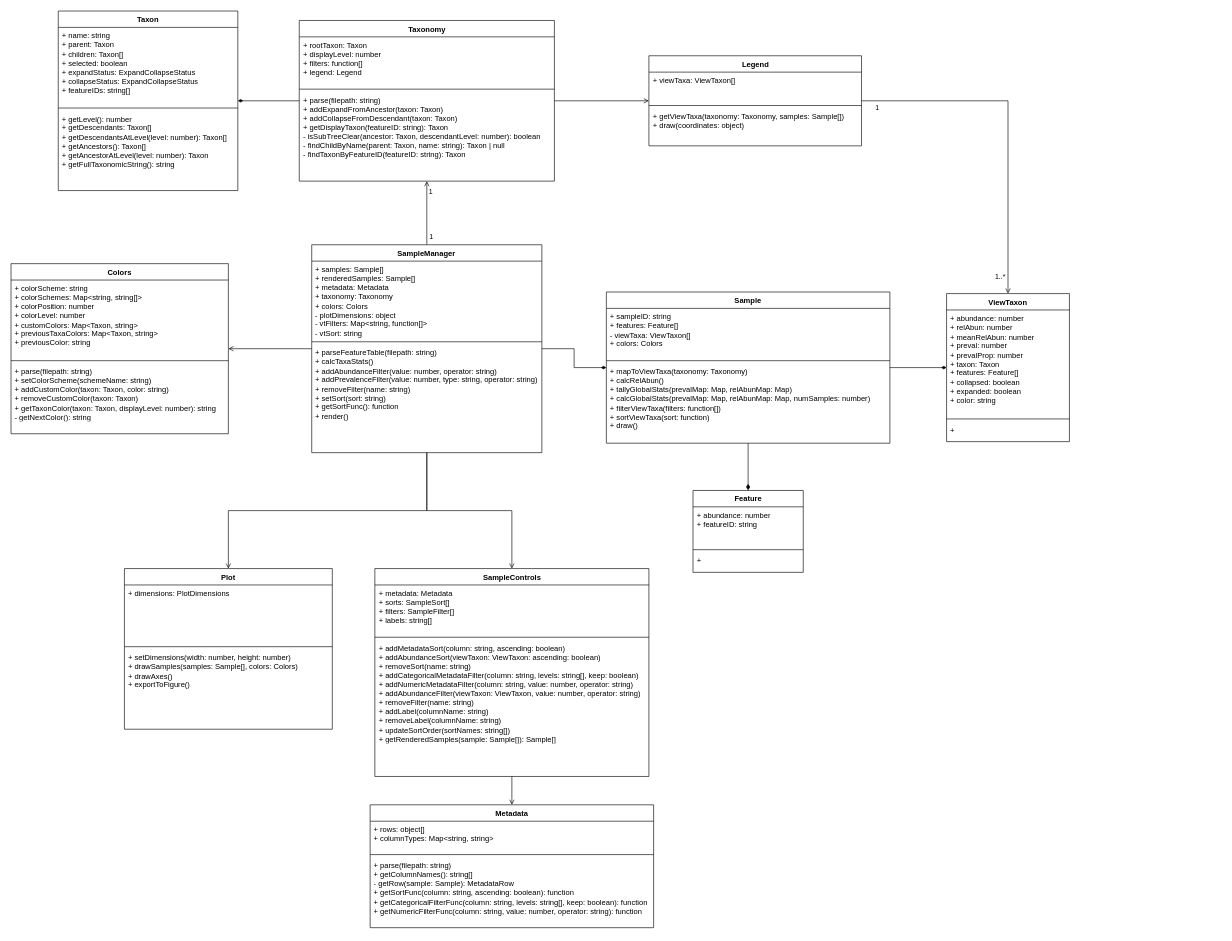
This is docs/TaxaBarplotClasses.drawio from colinvwood/taxa-barplot, a draw.io file, before an edit. Source tidied: cells renumbered, new cells numbered last; positions are measured from the earlier drawing's top-left corner, leaving out a move shared by most shapes. Both pictures are drawn from the tidied source at 63%, with x=0, y=0 at pixel (11, 11).
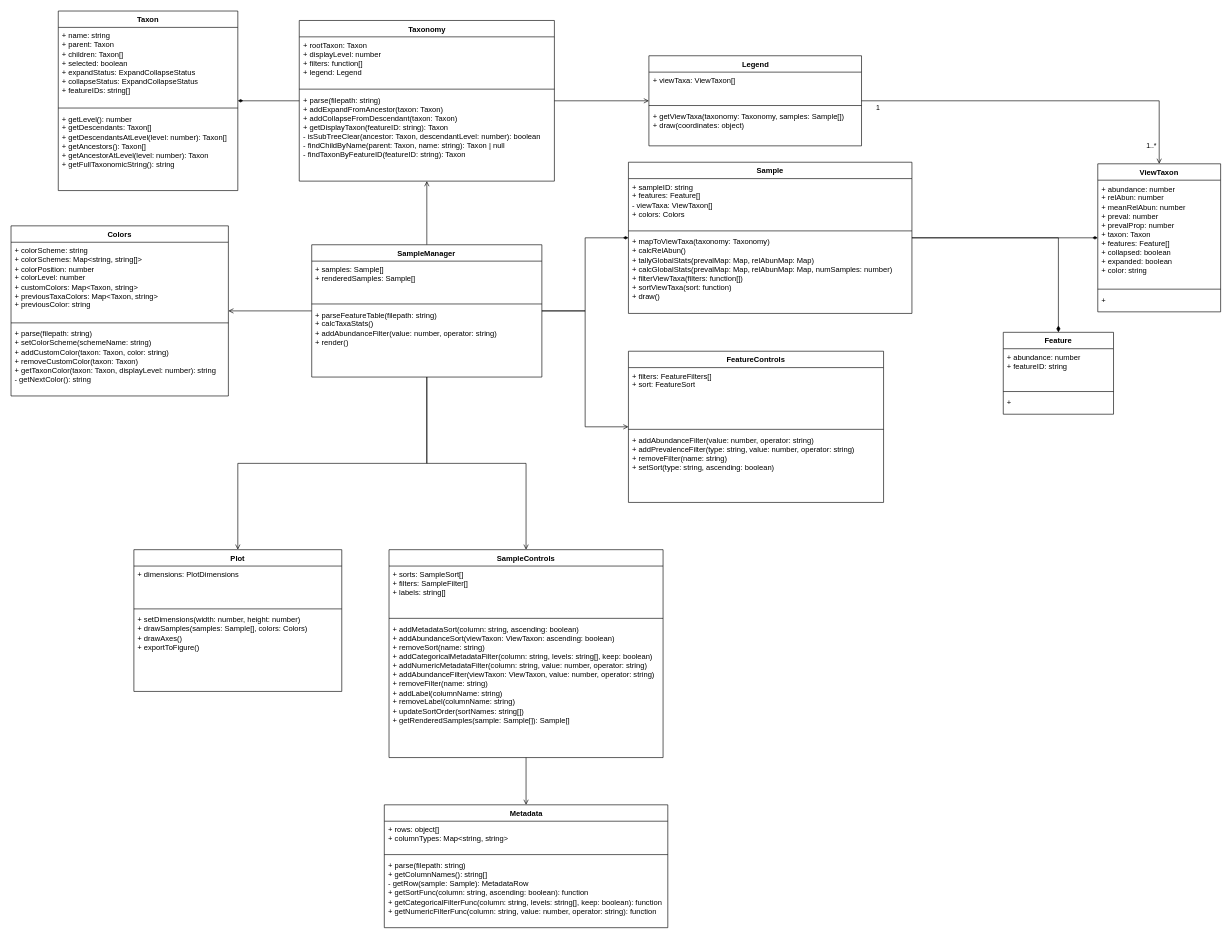
Above is the later version.

Commit message (it also covers changes not shown here):
factor out FeatureFilters

The change refers to these unchanged cells:
```xml
<mxCell id="9" style="edgeStyle=orthogonalEdgeStyle;rounded=0;jettySize=auto;html=1;endArrow=open;endFill=0;" parent="1" edge="1" source="15" target="4">
  <mxGeometry relative="1" as="geometry" />
</mxCell>
```

What changed in the source:
```diff
@@
-    <mxCell id="10" value="1" style="edgeLabel;html=1;align=center;verticalAlign=middle;" parent="9" vertex="1">
-      <mxGeometry x="0.8" y="1" relative="1" as="geometry">
-        <mxPoint x="6" y="6" as="offset" />
-      </mxGeometry>
-    </mxCell>
-    <mxCell id="11" value="1" style="edgeLabel;html=1;align=center;verticalAlign=middle;" parent="9" vertex="1">
-      <mxGeometry x="-0.87" y="1" relative="1" as="geometry">
-        <mxPoint x="7" y="-6" as="offset" />
-      </mxGeometry>
-    </mxCell>
@@
+    <mxCell id="61" style="edgeStyle=orthogonalEdgeStyle;rounded=0;jettySize=auto;html=1;endArrow=open;endFill=0;" parent="1" edge="1" source="15" target="62">
+      <mxGeometry relative="1" as="geometry" />
+    </mxCell>
     <mxCell id="15" value="SampleManager" style="swimlane;fontStyle=1;align=center;verticalAlign=top;horizontal=1;startSize=26;whiteSpace=wrap;html=1;" parent="1" vertex="1">
-      <mxGeometry x="477.3" y="371" width="365.3" height="330" as="geometry" />
+      <mxGeometry x="477.3" y="371" width="365.3" height="210" as="geometry" />
     </mxCell>
-    <mxCell id="16" value="&lt;div&gt;+ samples: Sample[]&lt;/div&gt;&lt;div&gt;+ renderedSamples: Sample[]&lt;/div&gt;&lt;div&gt;+ metadata: Metadata&lt;/div&gt;&lt;div&gt;+ taxonomy: Taxonomy&lt;/div&gt;&lt;div&gt;+ colors: Colors&lt;/div&gt;&lt;div&gt;- plotDimensions: object&lt;/div&gt;- vtFilters: Map&amp;lt;string, function[]&amp;gt;&lt;div&gt;- vtSort: string&lt;br&gt;&lt;div&gt;&lt;br&gt;&lt;/div&gt;&lt;/div&gt;" style="text;strokeColor=none;fillColor=none;align=left;verticalAlign=top;spacingLeft=4;spacingRight=4;overflow=hidden;whiteSpace=wrap;html=1;" parent="15" vertex="1">
-      <mxGeometry y="26" width="365.3" height="124" as="geometry" />
+    <mxCell id="16" value="&lt;div&gt;+ samples: Sample[]&lt;/div&gt;&lt;div&gt;+ renderedSamples: Sample[]&lt;/div&gt;&lt;div&gt;&lt;div&gt;&lt;br&gt;&lt;/div&gt;&lt;/div&gt;" style="text;strokeColor=none;fillColor=none;align=left;verticalAlign=top;spacingLeft=4;spacingRight=4;overflow=hidden;whiteSpace=wrap;html=1;" parent="15" vertex="1">
+      <mxGeometry y="26" width="365.3" height="64" as="geometry" />
     </mxCell>
     <mxCell id="17" style="line;strokeWidth=1;fillColor=none;align=left;verticalAlign=middle;spacingTop=-1;spacingLeft=3;spacingRight=3;labelPosition=right;strokeColor=inherit;" parent="15" vertex="1">
-      <mxGeometry y="150" width="365.3" height="8" as="geometry" />
+      <mxGeometry y="90" width="365.3" height="8" as="geometry" />
     </mxCell>
-    <mxCell id="18" value="&lt;div&gt;+ parseFeatureTable(filepath: string)&lt;/div&gt;&lt;div&gt;+ calcTaxaStats()&lt;/div&gt;&lt;div&gt;+ addAbundanceFilter(value: number, operator: string)&lt;/div&gt;&lt;div&gt;+ addPrevalenceFilter(value: number, type: string, operator: string)&lt;/div&gt;&lt;div&gt;+ removeFilter(name: string)&lt;/div&gt;&lt;div&gt;+ setSort(sort: string)&lt;/div&gt;&lt;div&gt;+ getSortFunc(): function&lt;/div&gt;&lt;div&gt;+ render()&lt;/div&gt;&lt;div&gt;&lt;div&gt;&lt;br&gt;&lt;/div&gt;&lt;/div&gt;" style="text;strokeColor=none;fillColor=none;align=left;verticalAlign=top;spacingLeft=4;spacingRight=4;overflow=hidden;whiteSpace=wrap;html=1;" parent="15" vertex="1">
-      <mxGeometry y="158" width="365.3" height="172" as="geometry" />
+    <mxCell id="18" value="&lt;div&gt;+ parseFeatureTable(filepath: string)&lt;/div&gt;&lt;div&gt;+ calcTaxaStats()&lt;/div&gt;&lt;div&gt;+ addAbundanceFilter(value: number, operator: string)&lt;/div&gt;&lt;div&gt;+ render()&lt;/div&gt;&lt;div&gt;&lt;div&gt;&lt;br&gt;&lt;/div&gt;&lt;/div&gt;" style="text;strokeColor=none;fillColor=none;align=left;verticalAlign=top;spacingLeft=4;spacingRight=4;overflow=hidden;whiteSpace=wrap;html=1;" parent="15" vertex="1">
+      <mxGeometry y="98" width="365.3" height="112" as="geometry" />
     </mxCell>
@@
     <mxCell id="21" value="Sample" style="swimlane;fontStyle=1;align=center;verticalAlign=top;horizontal=1;startSize=26;whiteSpace=wrap;html=1;" parent="1" vertex="1">
-      <mxGeometry x="945" y="446" width="450" height="240" as="geometry" />
+      <mxGeometry x="980" y="240" width="450" height="240" as="geometry" />
     </mxCell>
@@
     <mxCell id="25" value="Feature" style="swimlane;fontStyle=1;align=center;verticalAlign=top;horizontal=1;startSize=26;whiteSpace=wrap;html=1;" parent="1" vertex="1">
-      <mxGeometry x="1082.5" y="761" width="175" height="130" as="geometry" />
+      <mxGeometry x="1575" y="510" width="175" height="130" as="geometry" />
     </mxCell>
@@
     <mxCell id="29" value="ViewTaxon" style="swimlane;fontStyle=1;align=center;verticalAlign=top;horizontal=1;startSize=26;whiteSpace=wrap;html=1;" parent="1" vertex="1">
-      <mxGeometry x="1485" y="448.5" width="195" height="235" as="geometry" />
+      <mxGeometry x="1725" y="242.5" width="195" height="235" as="geometry" />
     </mxCell>
@@
     <mxCell id="33" value="Metadata" style="swimlane;fontStyle=1;align=center;verticalAlign=top;horizontal=1;startSize=26;whiteSpace=wrap;html=1;" parent="1" vertex="1">
-      <mxGeometry x="570" y="1260" width="450" height="195" as="geometry" />
+      <mxGeometry x="592.5" y="1260" width="450" height="195" as="geometry" />
     </mxCell>
@@
     <mxCell id="44" value="Colors" style="swimlane;fontStyle=1;align=center;verticalAlign=top;horizontal=1;startSize=26;whiteSpace=wrap;html=1;" parent="1" vertex="1">
-      <mxGeometry y="401" width="345" height="270" as="geometry" />
+      <mxGeometry y="341" width="345" height="270" as="geometry" />
     </mxCell>
@@
     <mxCell id="53" value="SampleControls" style="swimlane;fontStyle=1;align=center;verticalAlign=top;horizontal=1;startSize=26;whiteSpace=wrap;html=1;" parent="1" vertex="1">
-      <mxGeometry x="577.5" y="885" width="435" height="330" as="geometry" />
+      <mxGeometry x="600" y="855" width="435" height="330" as="geometry" />
     </mxCell>
-    <mxCell id="54" value="+ metadata: Metadata&lt;div&gt;+ sorts: SampleSort[]&lt;/div&gt;&lt;div&gt;+ filters: SampleFilter[]&lt;/div&gt;&lt;div&gt;&lt;span style=&quot;background-color: transparent; color: light-dark(rgb(0, 0, 0), rgb(255, 255, 255));&quot;&gt;+ labels: string[]&lt;/span&gt;&lt;/div&gt;" style="text;strokeColor=none;fillColor=none;align=left;verticalAlign=top;spacingLeft=4;spacingRight=4;overflow=hidden;whiteSpace=wrap;html=1;" parent="53" vertex="1">
+    <mxCell id="54" value="&lt;div&gt;+ sorts: SampleSort[]&lt;/div&gt;&lt;div&gt;+ filters: SampleFilter[]&lt;/div&gt;&lt;div&gt;&lt;span style=&quot;background-color: transparent; color: light-dark(rgb(0, 0, 0), rgb(255, 255, 255));&quot;&gt;+ labels: string[]&lt;/span&gt;&lt;/div&gt;" style="text;strokeColor=none;fillColor=none;align=left;verticalAlign=top;spacingLeft=4;spacingRight=4;overflow=hidden;whiteSpace=wrap;html=1;" parent="53" vertex="1">
       <mxGeometry y="26" width="435" height="79" as="geometry" />
     </mxCell>
@@
     <mxCell id="57" value="Plot" style="swimlane;fontStyle=1;align=center;verticalAlign=top;horizontal=1;startSize=26;whiteSpace=wrap;html=1;" parent="1" vertex="1">
-      <mxGeometry x="180" y="885" width="330" height="255" as="geometry" />
+      <mxGeometry x="195" y="855" width="330" height="225" as="geometry" />
     </mxCell>
     <mxCell id="58" value="&lt;div&gt;+ dimensions: PlotDimensions&lt;/div&gt;" style="text;strokeColor=none;fillColor=none;align=left;verticalAlign=top;spacingLeft=4;spacingRight=4;overflow=hidden;whiteSpace=wrap;html=1;" parent="57" vertex="1">
-      <mxGeometry y="26" width="330" height="94" as="geometry" />
+      <mxGeometry y="26" width="330" height="64" as="geometry" />
     </mxCell>
     <mxCell id="59" style="line;strokeWidth=1;fillColor=none;align=left;verticalAlign=middle;spacingTop=-1;spacingLeft=3;spacingRight=3;labelPosition=right;strokeColor=inherit;" parent="57" vertex="1">
-      <mxGeometry y="120" width="330" height="8" as="geometry" />
+      <mxGeometry y="90" width="330" height="8" as="geometry" />
     </mxCell>
     <mxCell id="60" value="+ setDimensions(width: number, height: number)&lt;div&gt;+ drawSamples(samples: Sample[], colors: Colors)&lt;/div&gt;&lt;div&gt;+ drawAxes()&lt;/div&gt;&lt;div&gt;+ exportToFigure()&lt;/div&gt;" style="text;strokeColor=none;fillColor=none;align=left;verticalAlign=top;spacingLeft=4;spacingRight=4;overflow=hidden;whiteSpace=wrap;html=1;" parent="57" vertex="1">
-      <mxGeometry y="128" width="330" height="127" as="geometry" />
+      <mxGeometry y="98" width="330" height="127" as="geometry" />
     </mxCell>
+    <mxCell id="62" value="FeatureControls" style="swimlane;fontStyle=1;align=center;verticalAlign=top;horizontal=1;startSize=26;whiteSpace=wrap;html=1;" parent="1" vertex="1">
+      <mxGeometry x="980" y="540" width="405" height="240" as="geometry" />
+    </mxCell>
+    <mxCell id="63" value="+ filters: FeatureFilters[]&lt;div&gt;+ sort: FeatureSort&lt;/div&gt;" style="text;strokeColor=none;fillColor=none;align=left;verticalAlign=top;spacingLeft=4;spacingRight=4;overflow=hidden;whiteSpace=wrap;html=1;" parent="62" vertex="1">
+      <mxGeometry y="26" width="405" height="94" as="geometry" />
+    </mxCell>
+    <mxCell id="64" style="line;strokeWidth=1;fillColor=none;align=left;verticalAlign=middle;spacingTop=-1;spacingLeft=3;spacingRight=3;labelPosition=right;strokeColor=inherit;" parent="62" vertex="1">
+      <mxGeometry y="120" width="405" height="8" as="geometry" />
+    </mxCell>
+    <mxCell id="65" value="+ addAbundanceFilter(value: number, operator: string)&lt;div&gt;+ addPrevalenceFilter(type: string, value: number, operator: string)&lt;/div&gt;&lt;div&gt;+ removeFilter(name: string)&lt;/div&gt;&lt;div&gt;+ setSort(type: string, ascending: boolean)&lt;/div&gt;" style="text;strokeColor=none;fillColor=none;align=left;verticalAlign=top;spacingLeft=4;spacingRight=4;overflow=hidden;whiteSpace=wrap;html=1;" parent="62" vertex="1">
+      <mxGeometry y="128" width="405" height="112" as="geometry" />
+    </mxCell>
```
